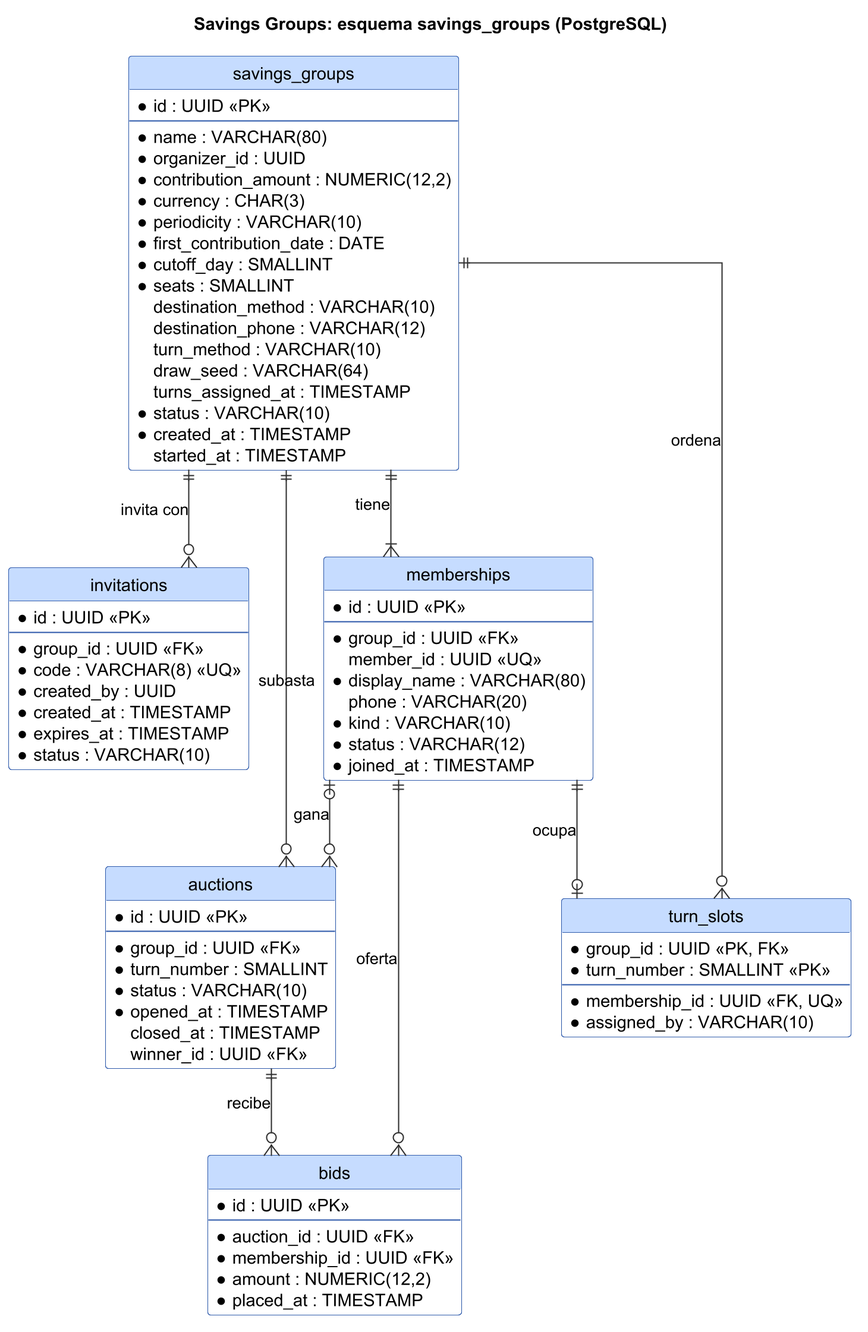
kerolabs/pozzo-doc keeps this PlantUML diagram as docs/images/chapter_2/db_savings_groups.png. Above is the earlier version.
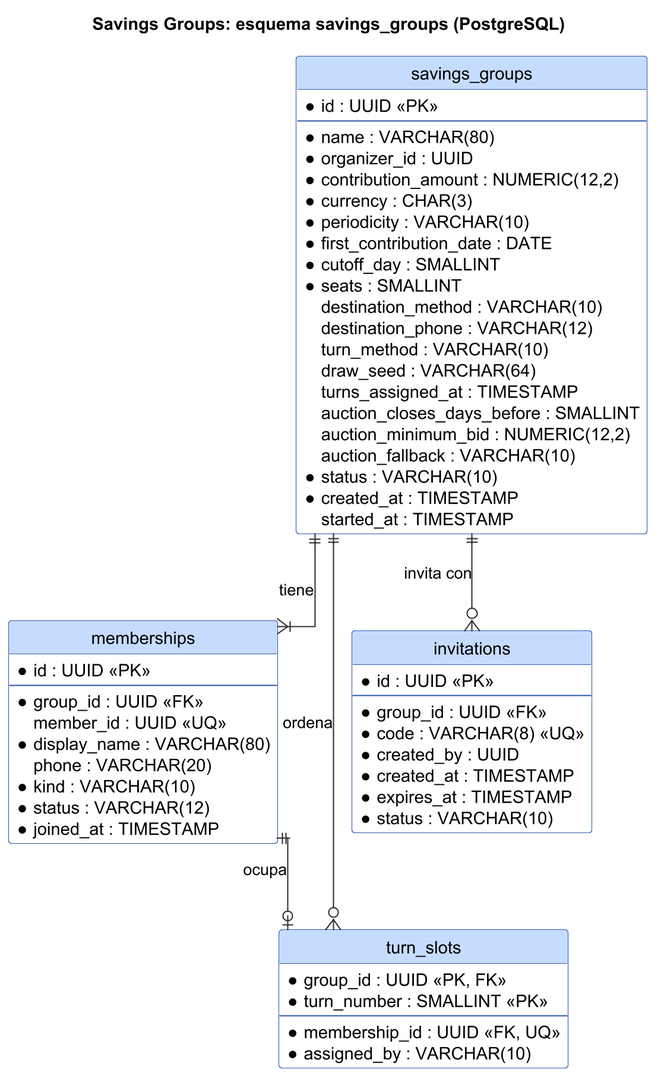
The same diagram one commit later.

Commit message:
docs: regenerate the diagrams of Contributions and Savings Groups

Diff of the diagram source:
```diff
@@ -31,6 +31,9 @@
   turn_method : VARCHAR(10)
   draw_seed : VARCHAR(64)
   turns_assigned_at : TIMESTAMP
+  auction_closes_days_before : SMALLINT
+  auction_minimum_bid : NUMERIC(12,2)
+  auction_fallback : VARCHAR(10)
   * status : VARCHAR(10)
   * created_at : TIMESTAMP
   started_at : TIMESTAMP
@@ -67,32 +70,8 @@
   * assigned_by : VARCHAR(10)
 }
 
-entity "auctions" as auctions {
-  * id : UUID <<PK>>
-  --
-  * group_id : UUID <<FK>>
-  * turn_number : SMALLINT
-  * status : VARCHAR(10)
-  * opened_at : TIMESTAMP
-  closed_at : TIMESTAMP
-  winner_id : UUID <<FK>>
-}
-
-entity "bids" as bids {
-  * id : UUID <<PK>>
-  --
-  * auction_id : UUID <<FK>>
-  * membership_id : UUID <<FK>>
-  * amount : NUMERIC(12,2)
-  * placed_at : TIMESTAMP
-}
-
 groups ||--|{ memberships : "tiene"
 groups ||--o{ invitations : "invita con"
 groups ||--o{ turn_slots : "ordena"
-groups ||--o{ auctions : "subasta"
 memberships ||--o| turn_slots : "ocupa"
-memberships ||--o{ bids : "oferta"
-memberships |o--o{ auctions : "gana"
-auctions ||--o{ bids : "recibe"
 @enduml
```
